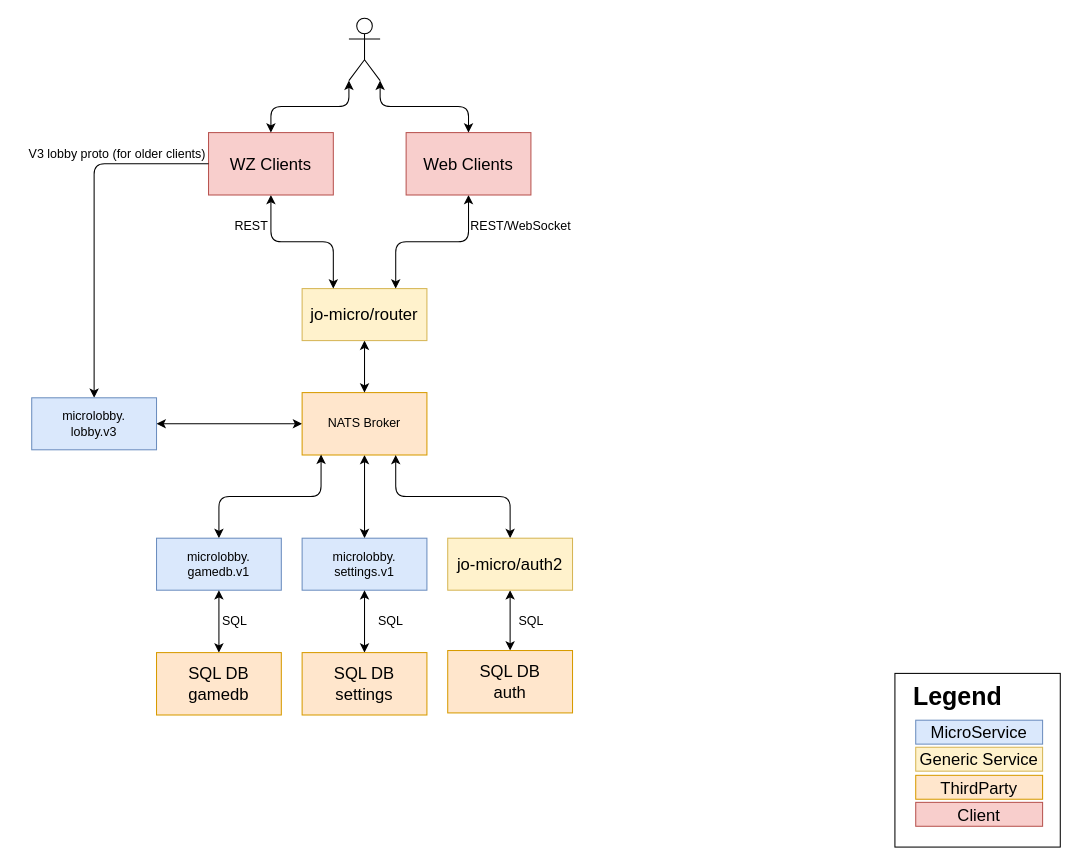
Above: docs/micro-service-architecture.drawio in jochumdev/microlobby (draw.io), before the change. Source tidied: cells renumbered, new cells numbered last; positions are measured from the earlier drawing's top-left corner, leaving out a move shared by most shapes. Both pictures are drawn from the tidied source at 104%, with x=0, y=0 at pixel (18, 18).
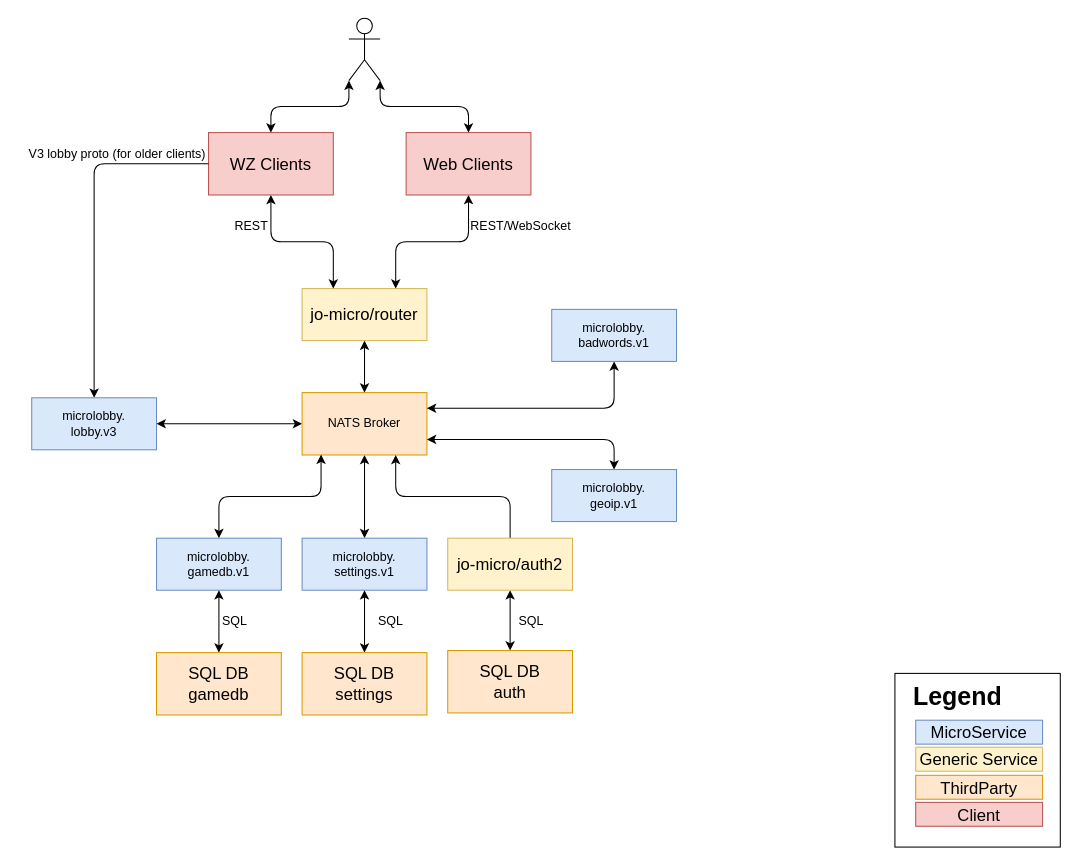
After the change.

Unchanged cells that the change refers to:
```xml
<mxCell id="5" value="NATS Broker" style="rounded=0;whiteSpace=wrap;html=1;fillColor=#ffe6cc;strokeColor=#d79b00;" parent="1" vertex="1">
  <mxGeometry x="273" y="360" width="120" height="60" as="geometry" />
</mxCell>
<mxCell id="37" value="jo-micro/auth2" style="rounded=0;whiteSpace=wrap;html=1;fontSize=16;fillColor=#fff2cc;strokeColor=#d6b656;" parent="1" vertex="1">
  <mxGeometry x="413" y="500" width="120" height="50" as="geometry" />
</mxCell>
```

What changed in the source:
```diff
@@
-    <mxCell id="36" style="html=1;exitX=0.5;exitY=0;exitDx=0;exitDy=0;entryX=0.75;entryY=1;entryDx=0;entryDy=0;startArrow=classic;startFill=1;edgeStyle=orthogonalEdgeStyle;" parent="1" edge="1" source="37" target="5">
+    <mxCell id="36" style="html=1;exitX=0.5;exitY=0;exitDx=0;exitDy=0;entryX=0.75;entryY=1;entryDx=0;entryDy=0;startArrow=none;startFill=1;edgeStyle=orthogonalEdgeStyle;" parent="1" edge="1" source="37" target="5">
       <mxGeometry relative="1" as="geometry" />
     </mxCell>
@@
+    <mxCell id="39" style="edgeStyle=none;html=1;exitX=0.5;exitY=1;exitDx=0;exitDy=0;entryX=1;entryY=0.25;entryDx=0;entryDy=0;startArrow=classic;startFill=1;" parent="1" edge="1" source="40" target="5">
+      <mxGeometry relative="1" as="geometry">
+        <Array as="points">
+          <mxPoint x="573" y="375" />
+        </Array>
+      </mxGeometry>
+    </mxCell>
+    <mxCell id="40" value="microlobby.&lt;br&gt;badwords.v1" style="rounded=0;whiteSpace=wrap;html=1;fillColor=#dae8fc;strokeColor=#6c8ebf;" parent="1" vertex="1">
+      <mxGeometry x="513" y="280" width="120" height="50" as="geometry" />
+    </mxCell>
+    <mxCell id="41" style="edgeStyle=none;html=1;exitX=0.5;exitY=0;exitDx=0;exitDy=0;entryX=1;entryY=0.75;entryDx=0;entryDy=0;startArrow=classic;startFill=1;" parent="1" edge="1" source="42" target="5">
+      <mxGeometry relative="1" as="geometry">
+        <Array as="points">
+          <mxPoint x="573" y="405" />
+        </Array>
+      </mxGeometry>
+    </mxCell>
+    <mxCell id="42" value="microlobby.&lt;br&gt;geoip.v1" style="rounded=0;whiteSpace=wrap;html=1;fillColor=#dae8fc;strokeColor=#6c8ebf;" parent="1" vertex="1">
+      <mxGeometry x="513" y="434" width="120" height="50" as="geometry" />
+    </mxCell>
```
